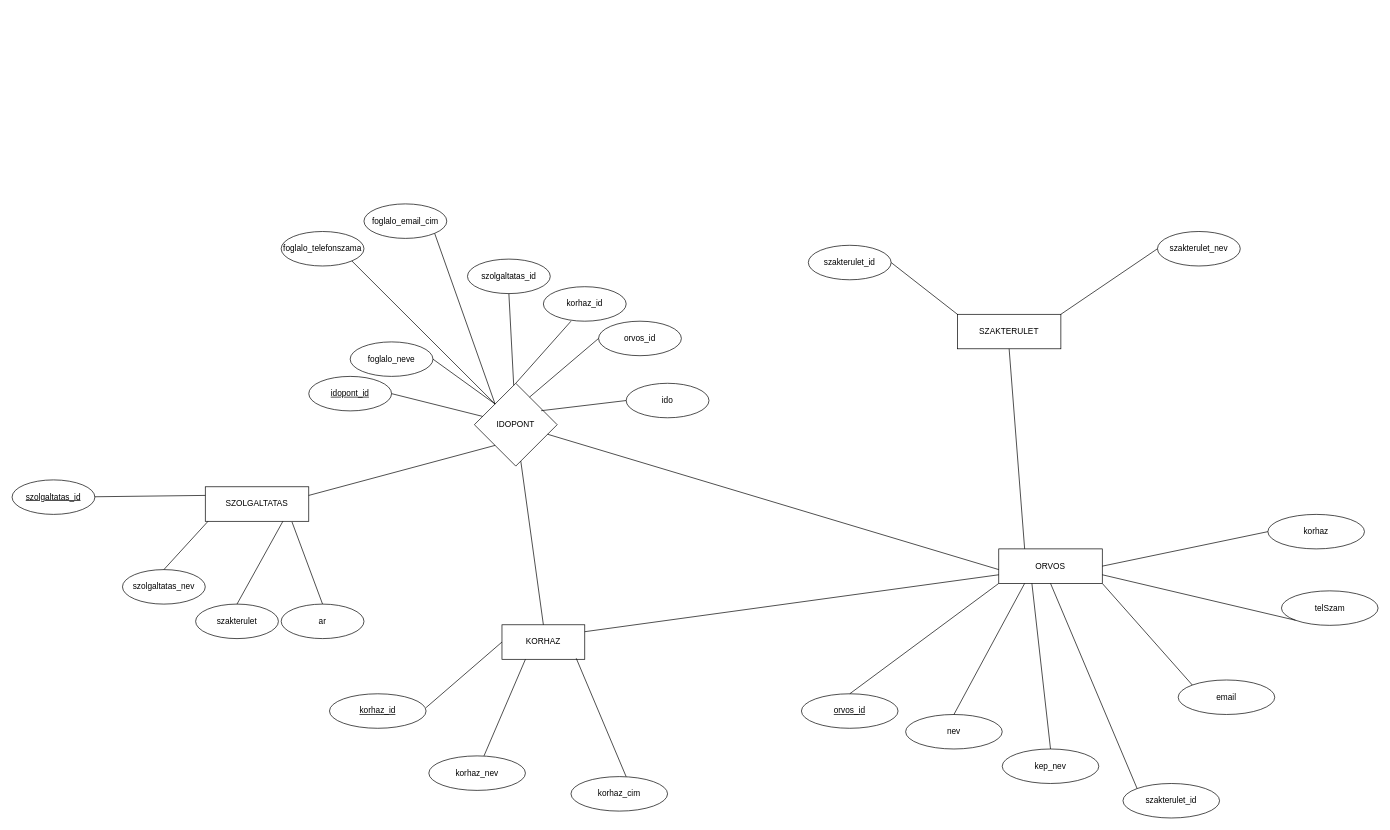
Earlier version of the draw.io diagram db/EK_Modell.drawio (horvathbence06/Vizsgaremek). Source tidied: cells renumbered, new cells numbered last; positions are measured from the earlier drawing's top-left corner, leaving out a move shared by most shapes. Both pictures are drawn from the tidied source at 69%, with x=0, y=0 at pixel (12, 204).
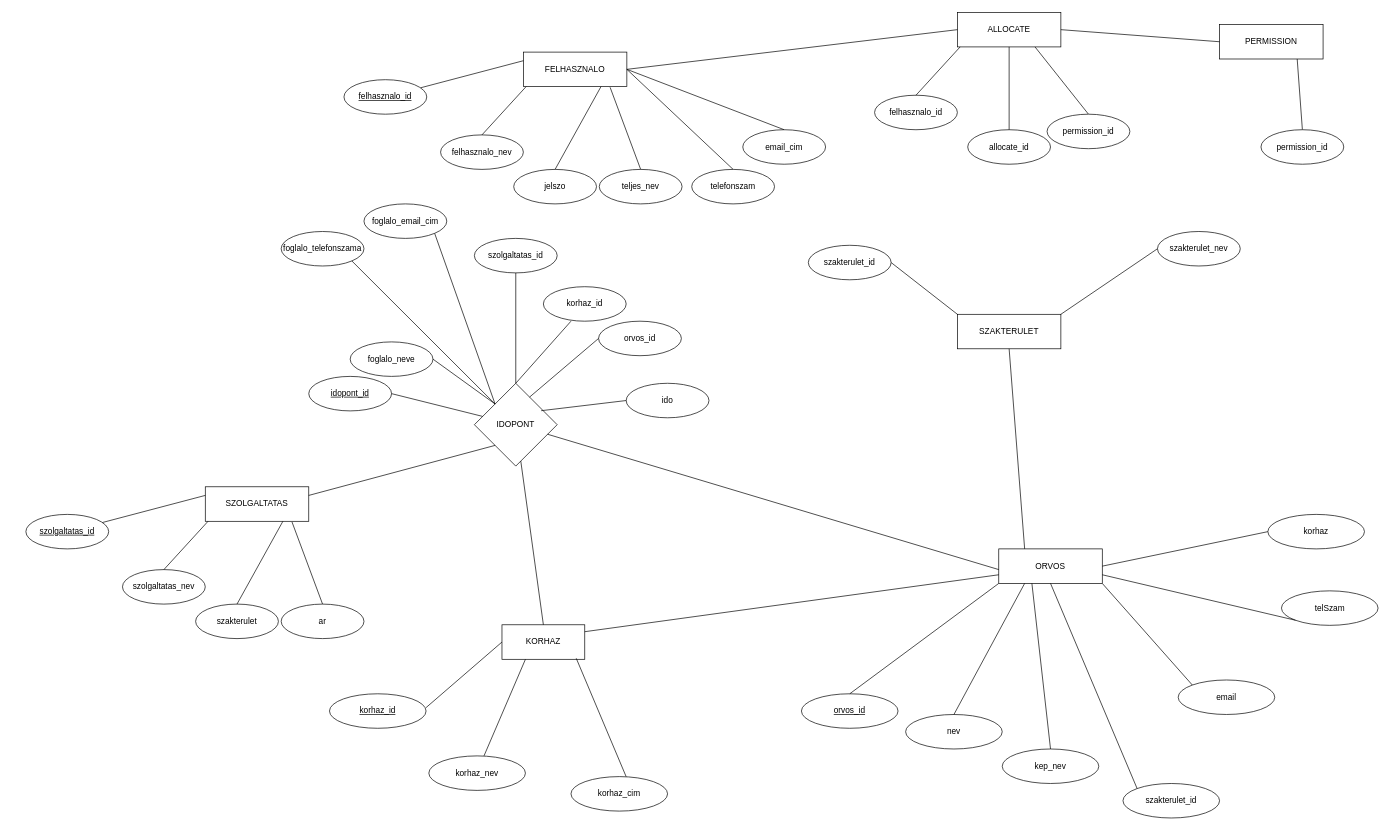
The same diagram, later.

Diff of the diagram source:
```diff
@@
     <mxCell id="26" value="&lt;u&gt;szolgaltatas_id&lt;/u&gt;" style="ellipse;whiteSpace=wrap;html=1;" parent="1" vertex="1">
-      <mxGeometry y="400" width="120" height="50" as="geometry" />
+      <mxGeometry x="20" y="450" width="120" height="50" as="geometry" />
     </mxCell>
@@
     <mxCell id="36" value="szolgaltatas_id" style="ellipse;whiteSpace=wrap;html=1;" parent="1" vertex="1">
-      <mxGeometry x="660" y="80" width="120" height="50" as="geometry" />
+      <mxGeometry x="670" y="50" width="120" height="50" as="geometry" />
     </mxCell>
@@
+    <mxCell id="60" value="FELHASZNALO" style="rounded=0;whiteSpace=wrap;html=1;" parent="1" vertex="1">
+      <mxGeometry x="741" y="-220" width="150" height="50" as="geometry" />
+    </mxCell>
+    <mxCell id="61" style="endArrow=none;html=1;rounded=0;exitX=0;exitY=0.25;exitDx=0;exitDy=0;endFill=0;" parent="1" edge="1" source="60" target="62">
+      <mxGeometry relative="1" as="geometry" />
+    </mxCell>
+    <mxCell id="62" value="&lt;u&gt;felhasznalo_id&lt;/u&gt;" style="ellipse;whiteSpace=wrap;html=1;" parent="1" vertex="1">
+      <mxGeometry x="481" y="-180" width="120" height="50" as="geometry" />
+    </mxCell>
+    <mxCell id="63" value="felhasznalo_nev" style="ellipse;whiteSpace=wrap;html=1;" parent="1" vertex="1">
+      <mxGeometry x="621" y="-100" width="120" height="50" as="geometry" />
+    </mxCell>
+    <mxCell id="64" style="endArrow=none;html=1;rounded=0;exitX=0;exitY=0.25;exitDx=0;exitDy=0;endFill=0;entryX=0.5;entryY=0;entryDx=0;entryDy=0;" parent="1" edge="1" target="63">
+      <mxGeometry relative="1" as="geometry">
+        <mxPoint x="745" y="-170" as="sourcePoint" />
+      </mxGeometry>
+    </mxCell>
+    <mxCell id="65" style="endArrow=none;html=1;rounded=0;exitX=0.75;exitY=1;exitDx=0;exitDy=0;endFill=0;entryX=0.5;entryY=0;entryDx=0;entryDy=0;" parent="1" edge="1" source="60" target="66">
+      <mxGeometry relative="1" as="geometry" />
+    </mxCell>
+    <mxCell id="66" value="jelszo" style="ellipse;whiteSpace=wrap;html=1;" parent="1" vertex="1">
+      <mxGeometry x="727" y="-50" width="120" height="50" as="geometry" />
+    </mxCell>
+    <mxCell id="67" value="teljes_nev" style="ellipse;whiteSpace=wrap;html=1;" parent="1" vertex="1">
+      <mxGeometry x="851" y="-50" width="120" height="50" as="geometry" />
+    </mxCell>
+    <mxCell id="68" style="endArrow=none;html=1;rounded=0;endFill=0;entryX=0.5;entryY=0;entryDx=0;entryDy=0;exitX=0.838;exitY=1.02;exitDx=0;exitDy=0;exitPerimeter=0;" parent="1" edge="1" source="60" target="67">
+      <mxGeometry relative="1" as="geometry" />
+    </mxCell>
+    <mxCell id="69" style="endArrow=none;html=1;rounded=0;endFill=0;entryX=0.5;entryY=0;entryDx=0;entryDy=0;exitX=1;exitY=0.5;exitDx=0;exitDy=0;" parent="1" edge="1" source="60" target="70">
+      <mxGeometry relative="1" as="geometry" />
+    </mxCell>
+    <mxCell id="70" value="telefonszam" style="ellipse;whiteSpace=wrap;html=1;" parent="1" vertex="1">
+      <mxGeometry x="985" y="-50" width="120" height="50" as="geometry" />
+    </mxCell>
+    <mxCell id="71" value="email_cim" style="ellipse;whiteSpace=wrap;html=1;" parent="1" vertex="1">
+      <mxGeometry x="1059" y="-107.5" width="120" height="50" as="geometry" />
+    </mxCell>
+    <mxCell id="72" style="endArrow=none;html=1;rounded=0;endFill=0;entryX=0.5;entryY=0;entryDx=0;entryDy=0;exitX=1;exitY=0.5;exitDx=0;exitDy=0;" parent="1" edge="1" source="60" target="71">
+      <mxGeometry relative="1" as="geometry" />
+    </mxCell>
+    <mxCell id="73" value="ALLOCATE" style="rounded=0;whiteSpace=wrap;html=1;" parent="1" vertex="1">
+      <mxGeometry x="1370" y="-277.5" width="150" height="50" as="geometry" />
+    </mxCell>
+    <mxCell id="74" style="endArrow=none;html=1;rounded=0;exitX=0.75;exitY=1;exitDx=0;exitDy=0;endFill=0;entryX=0.5;entryY=0;entryDx=0;entryDy=0;" parent="1" edge="1" source="73" target="75">
+      <mxGeometry relative="1" as="geometry" />
+    </mxCell>
+    <mxCell id="75" value="permission_id" style="ellipse;whiteSpace=wrap;html=1;" parent="1" vertex="1">
+      <mxGeometry x="1500" y="-130" width="120" height="50" as="geometry" />
+    </mxCell>
+    <mxCell id="76" value="felhasznalo_id" style="ellipse;whiteSpace=wrap;html=1;" parent="1" vertex="1">
+      <mxGeometry x="1250" y="-157.5" width="120" height="50" as="geometry" />
+    </mxCell>
+    <mxCell id="77" style="endArrow=none;html=1;rounded=0;exitX=0;exitY=0.25;exitDx=0;exitDy=0;endFill=0;entryX=0.5;entryY=0;entryDx=0;entryDy=0;" parent="1" edge="1" target="76">
+      <mxGeometry relative="1" as="geometry">
+        <mxPoint x="1374" y="-227.5" as="sourcePoint" />
+      </mxGeometry>
+    </mxCell>
+    <mxCell id="78" value="PERMISSION" style="rounded=0;whiteSpace=wrap;html=1;" parent="1" vertex="1">
+      <mxGeometry x="1750" y="-260" width="150" height="50" as="geometry" />
+    </mxCell>
+    <mxCell id="79" style="endArrow=none;html=1;rounded=0;exitX=0.75;exitY=1;exitDx=0;exitDy=0;endFill=0;entryX=0.5;entryY=0;entryDx=0;entryDy=0;" parent="1" edge="1" source="78" target="80">
+      <mxGeometry relative="1" as="geometry" />
+    </mxCell>
+    <mxCell id="80" value="permission_id" style="ellipse;whiteSpace=wrap;html=1;" parent="1" vertex="1">
+      <mxGeometry x="1810" y="-107.5" width="120" height="50" as="geometry" />
+    </mxCell>
+    <mxCell id="81" value="allocate_id" style="ellipse;whiteSpace=wrap;html=1;" parent="1" vertex="1">
+      <mxGeometry x="1385" y="-107.5" width="120" height="50" as="geometry" />
+    </mxCell>
+    <mxCell id="82" style="endArrow=none;html=1;rounded=0;exitX=0.5;exitY=1;exitDx=0;exitDy=0;endFill=0;entryX=0.5;entryY=0;entryDx=0;entryDy=0;" parent="1" edge="1" source="73" target="81">
+      <mxGeometry relative="1" as="geometry" />
+    </mxCell>
+    <mxCell id="83" style="endArrow=none;html=1;rounded=0;exitX=1;exitY=0.5;exitDx=0;exitDy=0;endFill=0;entryX=0;entryY=0.5;entryDx=0;entryDy=0;" parent="1" edge="1" source="73" target="78">
+      <mxGeometry relative="1" as="geometry" />
+    </mxCell>
+    <mxCell id="84" style="endArrow=none;html=1;rounded=0;exitX=1;exitY=0.5;exitDx=0;exitDy=0;endFill=0;entryX=0;entryY=0.5;entryDx=0;entryDy=0;" parent="1" edge="1" source="60" target="73">
+      <mxGeometry relative="1" as="geometry" />
+    </mxCell>
```
